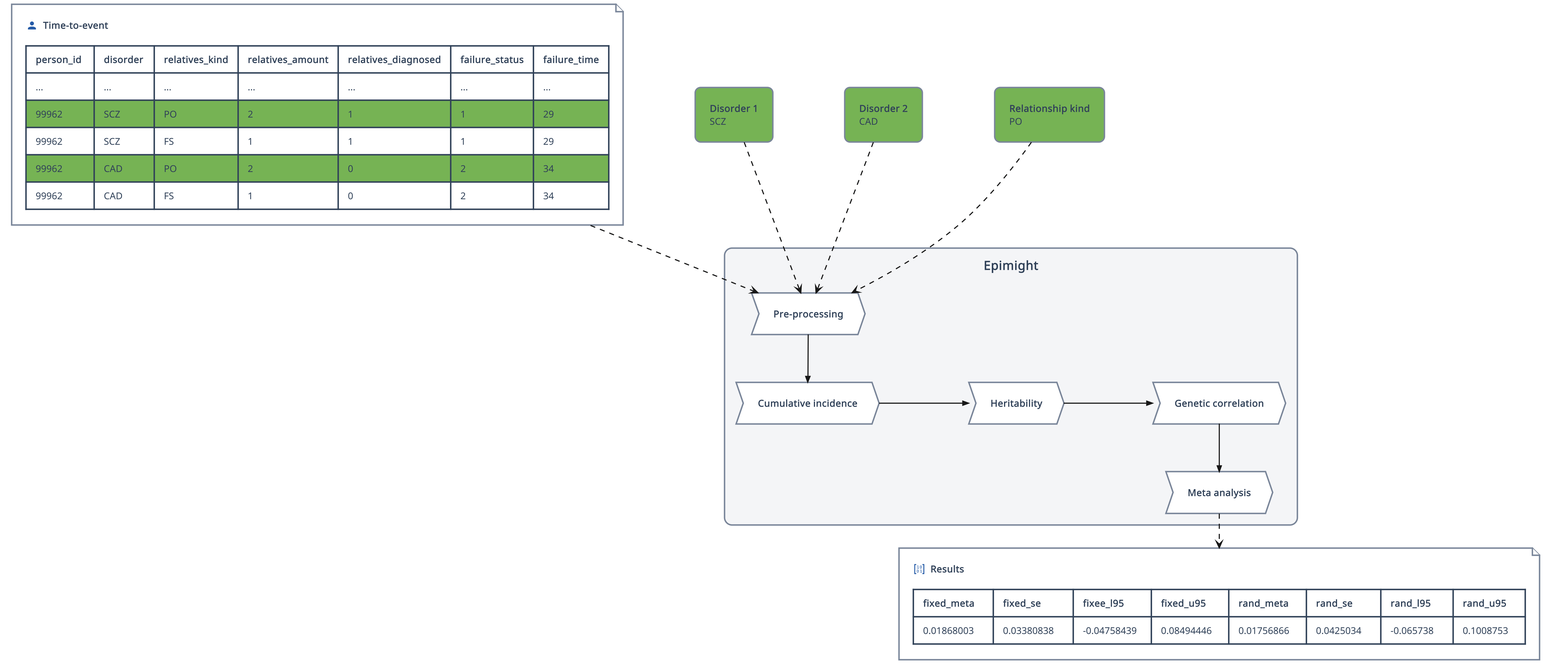
Earlier version of the PlantUML export guides/diagrams/pipeline-component-diagram.png (BioPsyk/epimight).
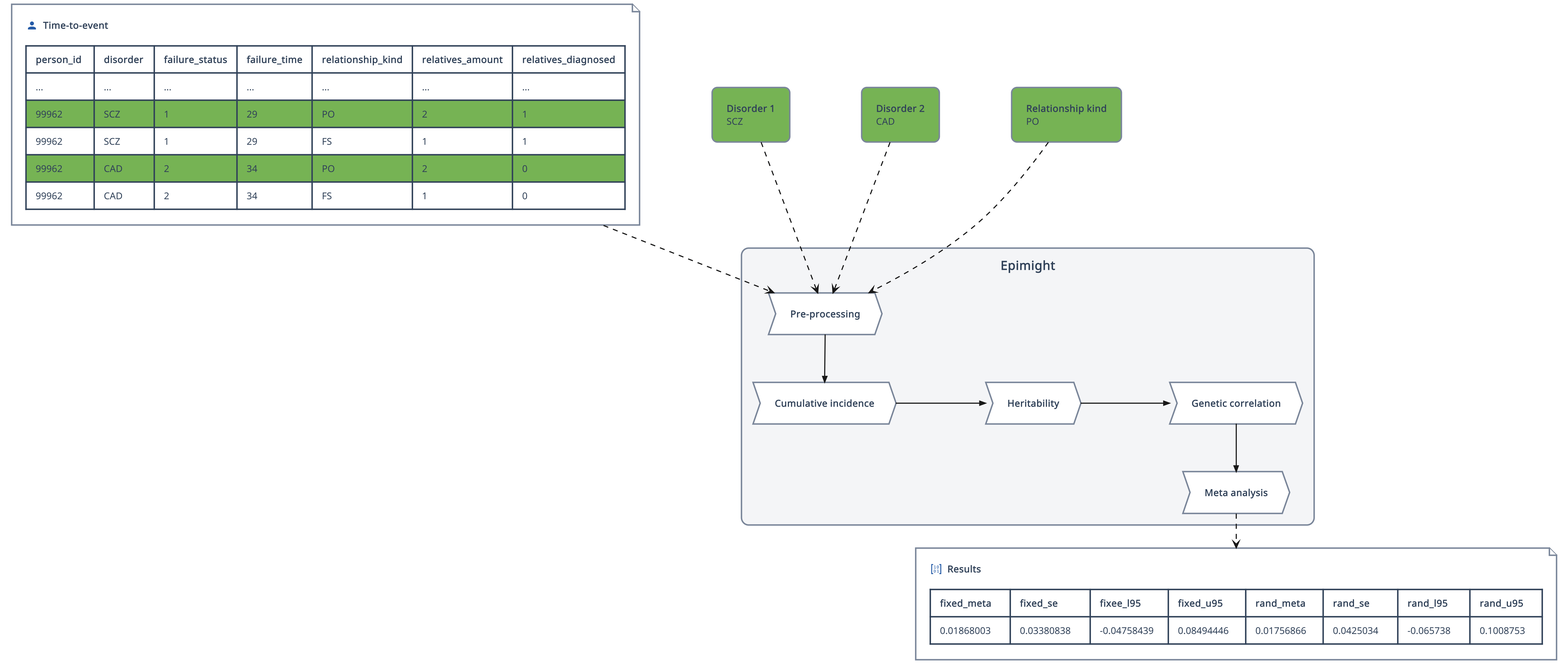
The same diagram one commit later.

Commit message:
Removes redundancy

Change to the diagram source:
```diff
@@ -5,17 +5,17 @@
 !include <material/data>
 !include <material/database>
 !include <material/matrix>
-!include ./diagrams/ibp.puml
+!include ../diagrams/ibp.puml
 
 file tte [
 <color:#255ba7><$ma_account{scale=0.35}></color>  **Time-to-event**
 
-| **person_id**  | **disorder** | **relatives_kind** | **relatives_amount** | **relatives_diagnosed** | **failure_status** | **failure_time** |
-| ...            | ...          | ...                | ...                  | ...                     | ...                | ...              |
-<#76b354>| 99962 | SCZ          | PO                 | 2                    | 1                       | 1                  | 29               |
-| 99962          | SCZ          | FS                 | 1                    | 1                       | 1                  | 29               |
-<#76b354>| 99962 | CAD          | PO                 | 2                    | 0                       | 2                  | 34               |
-| 99962          | CAD          | FS                 | 1                    | 0                       | 2                  | 34               |
+| **person_id**  | **disorder** | **failure_status** | **failure_time** | **relationship_kind** | **relatives_amount** | **relatives_diagnosed** |
+| ...            | ...          | ...                | ...              | ...                   | ...                  | ...                     |
+<#76b354>| 99962 | SCZ          | 1                  | 29               | PO                    | 2                    | 1                       |
+| 99962          | SCZ          | 1                  | 29               | FS                    | 1                    | 1                       |
+<#76b354>| 99962 | CAD          | 2                  | 34               | PO                    | 2                    | 0                       |
+| 99962          | CAD          | 2                  | 34               | FS                    | 1                    | 0                       |
 ]
 
 rectangle "**Disorder 1**\nSCZ" as disorder1 #76b354
```
